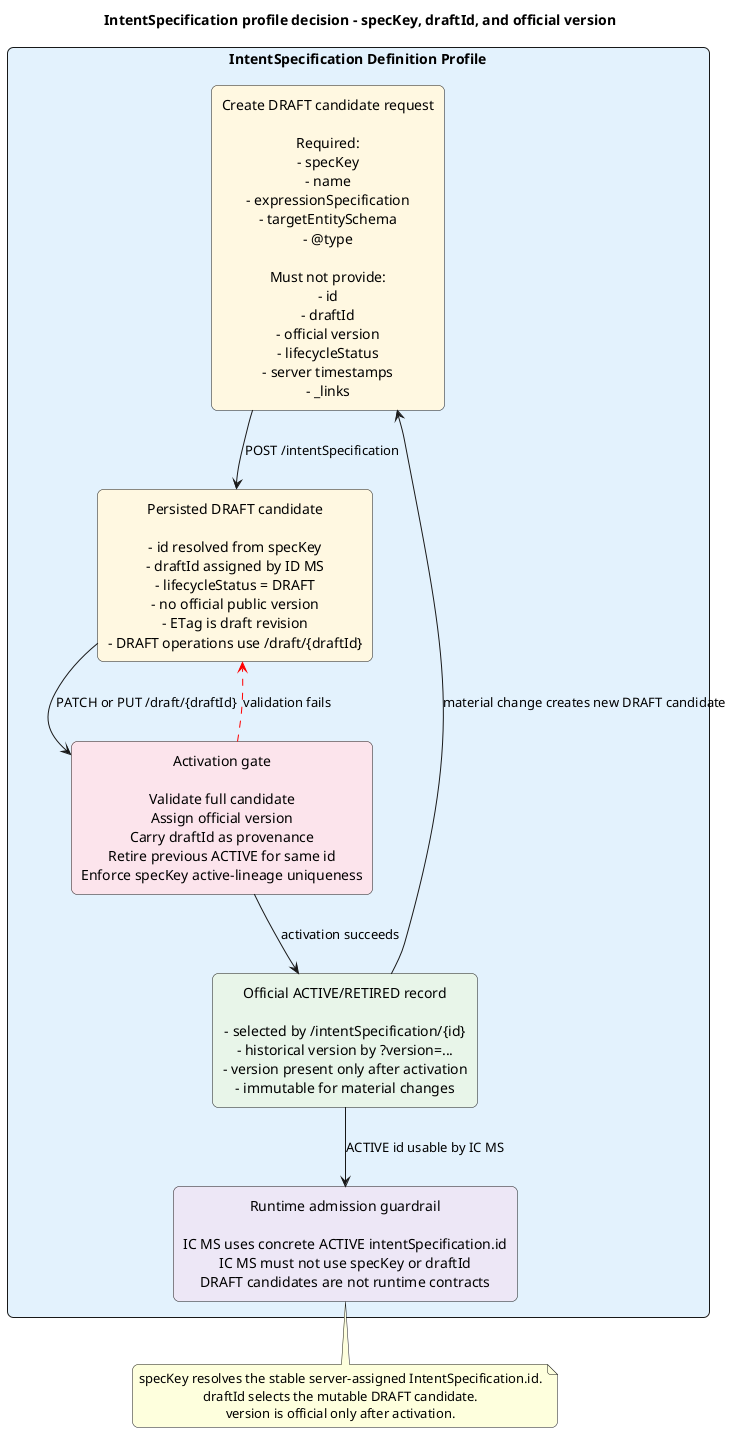
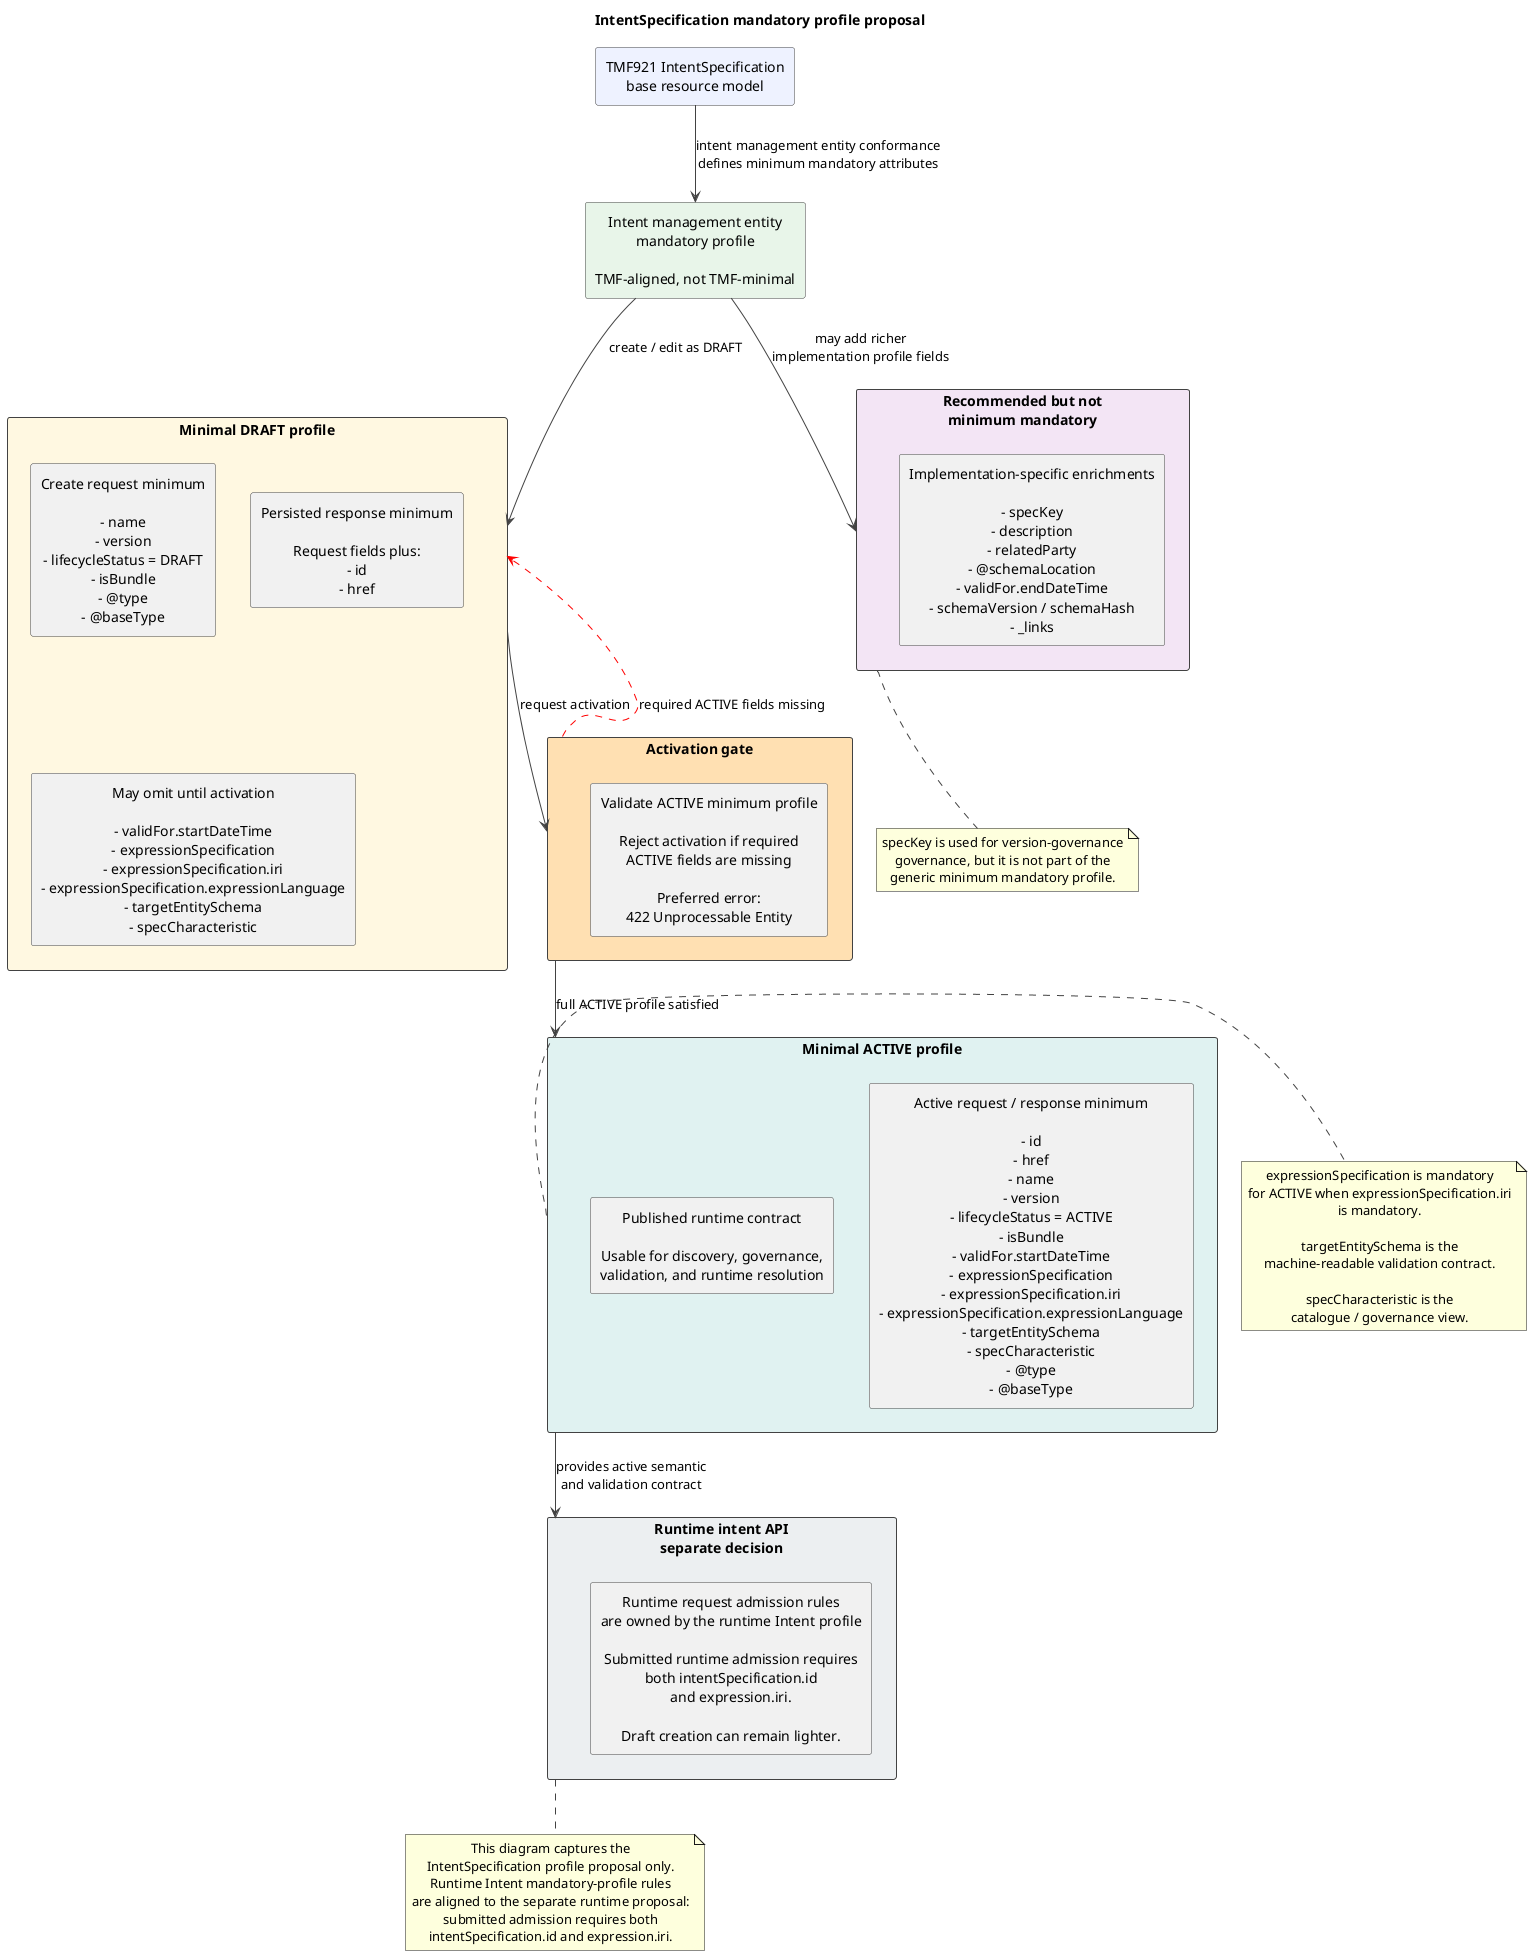
@startuml
- title IntentSpecification profile decision - specKey, draftId, and official version
+ title IntentSpecification mandatory profile proposal

skinparam shadowing false
- skinparam roundcorner 12
skinparam defaultTextAlignment center
+ skinparam packageStyle rectangle
+ skinparam ArrowColor #424242
+ skinparam RectangleBorderColor #424242

- rectangle "IntentSpecification Definition Profile" as PROFILE #E3F2FD {
-   rectangle "Create DRAFT candidate request\n\nRequired:\n- specKey\n- name\n- expressionSpecification\n- targetEntitySchema\n- @type\n\nMust not provide:\n- id\n- draftId\n- official version\n- lifecycleStatus\n- server timestamps\n- _links" as CREATE #FFF8E1
+ rectangle "TMF921 IntentSpecification\nbase resource model" as TMF #EEF2FF

-   rectangle "Persisted DRAFT candidate\n\n- id resolved from specKey\n- draftId assigned by ID MS\n- lifecycleStatus = DRAFT\n- no official public version\n- ETag is draft revision\n- DRAFT operations use /draft/{draftId}" as DRAFT #FFF8E1
+ rectangle "Intent management entity\nmandatory profile\n\nTMF-aligned, not TMF-minimal" as PROFILE #E8F5E9

-   rectangle "Activation gate\n\nValidate full candidate\nAssign official version\nCarry draftId as provenance\nRetire previous ACTIVE for same id\nEnforce specKey active-lineage uniqueness" as GATE #FCE4EC
+ TMF --> PROFILE : intent management entity conformance\ndefines minimum mandatory attributes

-   rectangle "Official ACTIVE/RETIRED record\n\n- selected by /intentSpecification/{id}\n- historical version by ?version=...\n- version present only after activation\n- immutable for material changes" as OFFICIAL #E8F5E9
- 
-   rectangle "Runtime admission guardrail\n\nIC MS uses concrete ACTIVE intentSpecification.id\nIC MS must not use specKey or draftId\nDRAFT candidates are not runtime contracts" as RUNTIME #EDE7F6
+ rectangle "Minimal DRAFT profile" as DRAFT #FFF8E1 {
+   rectangle "Create request minimum\n\n- name\n- version\n- lifecycleStatus = DRAFT\n- isBundle\n- @type\n- @baseType" as DRAFT_REQ
+   rectangle "Persisted response minimum\n\nRequest fields plus:\n- id\n- href" as DRAFT_RESP
+   rectangle "May omit until activation\n\n- validFor.startDateTime\n- expressionSpecification\n- expressionSpecification.iri\n- expressionSpecification.expressionLanguage\n- targetEntitySchema\n- specCharacteristic" as DRAFT_OMIT
}

- CREATE --> DRAFT : POST /intentSpecification
- DRAFT --> GATE : PATCH or PUT /draft/{draftId}
- GATE --> OFFICIAL : activation succeeds
- GATE -[#red,dashed]-> DRAFT : validation fails
- OFFICIAL --> CREATE : material change creates new DRAFT candidate
- OFFICIAL --> RUNTIME : ACTIVE id usable by IC MS
+ rectangle "Activation gate" as GATE #FFE0B2 {
+   rectangle "Validate ACTIVE minimum profile\n\nReject activation if required\nACTIVE fields are missing\n\nPreferred error:\n422 Unprocessable Entity" as VALIDATE
+ }

- note bottom
- specKey resolves the stable server-assigned IntentSpecification.id.
- draftId selects the mutable DRAFT candidate.
- version is official only after activation.
+ rectangle "Minimal ACTIVE profile" as ACTIVE #E0F2F1 {
+   rectangle "Active request / response minimum\n\n- id\n- href\n- name\n- version\n- lifecycleStatus = ACTIVE\n- isBundle\n- validFor.startDateTime\n- expressionSpecification\n- expressionSpecification.iri\n- expressionSpecification.expressionLanguage\n- targetEntitySchema\n- specCharacteristic\n- @type\n- @baseType" as ACTIVE_FIELDS
+   rectangle "Published runtime contract\n\nUsable for discovery, governance,\nvalidation, and runtime resolution" as ACTIVE_CONTRACT
+ }
+ 
+ rectangle "Recommended but not\nminimum mandatory" as OPTIONAL #F3E5F5 {
+   rectangle "Implementation-specific enrichments\n\n- specKey\n- description\n- relatedParty\n- @schemaLocation\n- validFor.endDateTime\n- schemaVersion / schemaHash\n- _links" as OPTIONAL_FIELDS
+ }
+ 
+ rectangle "Runtime intent API\nseparate decision" as RUNTIME #ECEFF1 {
+   rectangle "Runtime request admission rules\nare owned by the runtime Intent profile\n\nSubmitted runtime admission requires\nboth intentSpecification.id\nand expression.iri.\n\nDraft creation can remain lighter." as RUNTIME_RULE
+ }
+ 
+ PROFILE --> DRAFT : create / edit as DRAFT
+ DRAFT --> GATE : request activation
+ GATE --> ACTIVE : full ACTIVE profile satisfied
+ GATE -[#red,dashed]-> DRAFT : required ACTIVE fields missing
+ ACTIVE --> RUNTIME : provides active semantic\nand validation contract
+ PROFILE --> OPTIONAL : may add richer\nimplementation profile fields
+ 
+ note right of ACTIVE
+ expressionSpecification is mandatory
+ for ACTIVE when expressionSpecification.iri
+ is mandatory.
+ 
+ targetEntitySchema is the
+ machine-readable validation contract.
+ 
+ specCharacteristic is the
+ catalogue / governance view.
+ end note
+ 
+ note bottom of OPTIONAL
+ specKey is used for version-governance
+ governance, but it is not part of the
+ generic minimum mandatory profile.
+ end note
+ 
+ note bottom of RUNTIME
+ This diagram captures the
+ IntentSpecification profile proposal only.
+ Runtime Intent mandatory-profile rules
+ are aligned to the separate runtime proposal:
+ submitted admission requires both
+ intentSpecification.id and expression.iri.
end note

@enduml
